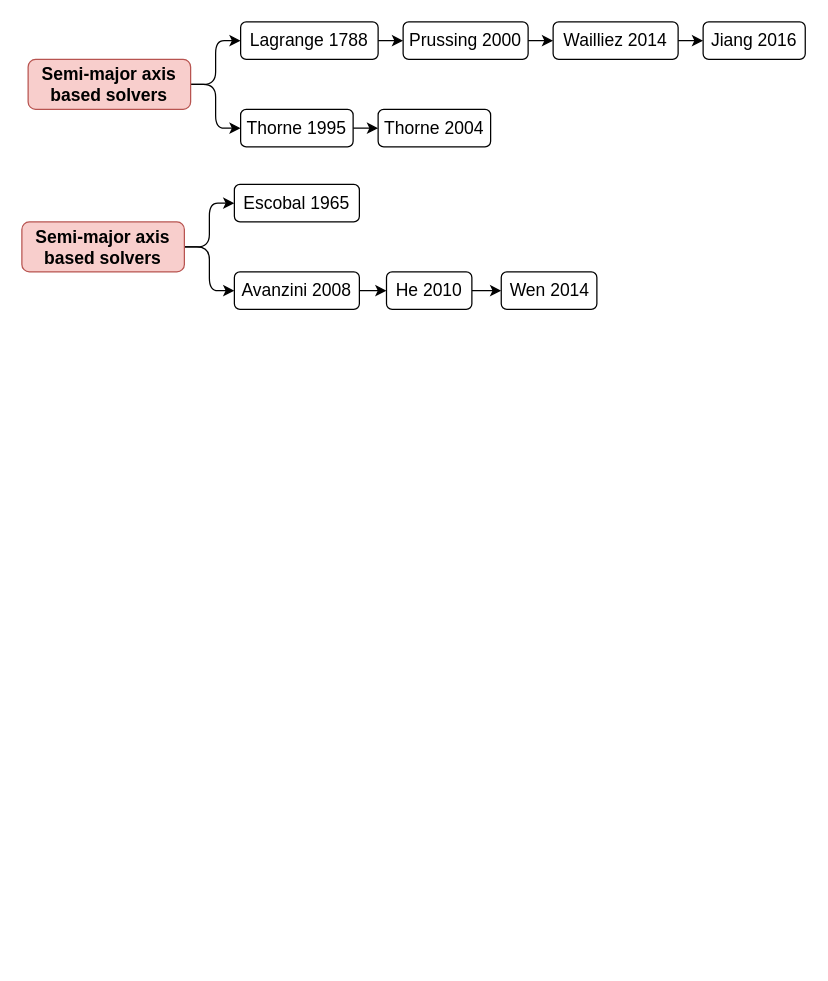
jorgepiloto/tfm keeps this draw.io diagram as page "Inheritance tree" (2 of 2) of fig/static/diagrams.drawio. Above is the earlier version. Source tidied: cells renumbered, new cells numbered last; positions are measured from the earlier drawing's top-left corner, leaving out a move shared by most shapes. Both pictures are drawn from the tidied source at 125%, with x=0, y=0 at pixel (21, 21).
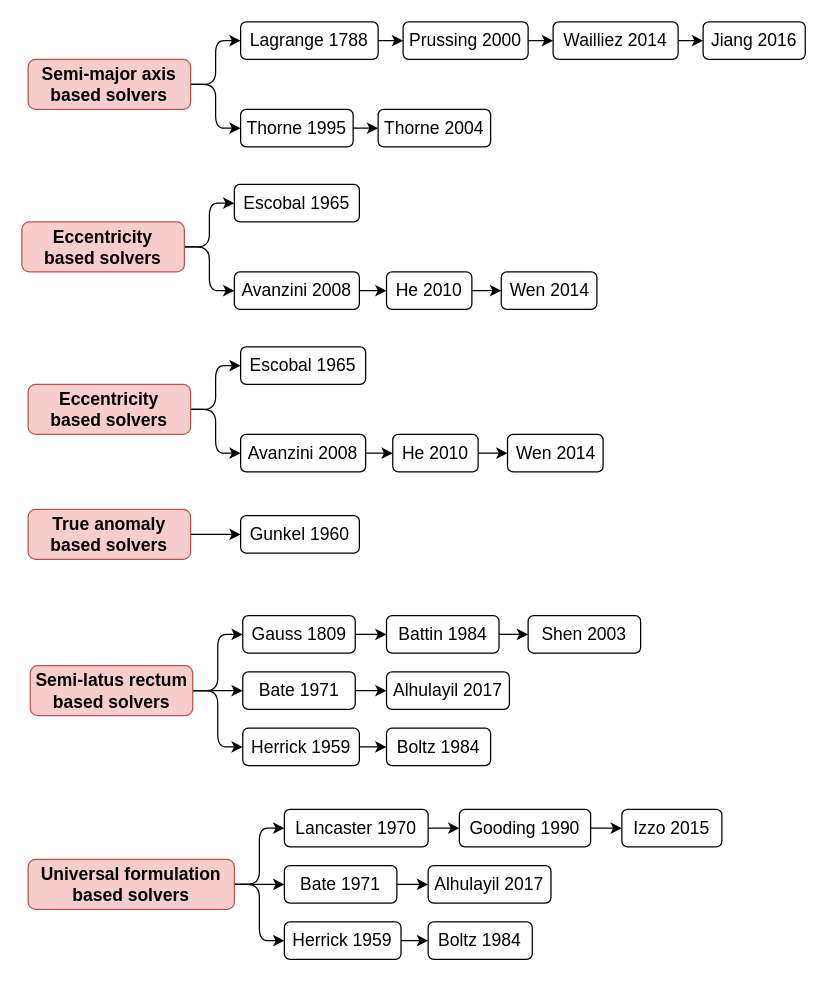
Above is the later version.

What changed in the source:
```diff
@@
-    <mxCell id="17" value="&lt;div&gt;Semi-major axis&lt;br&gt;&lt;/div&gt;&lt;div&gt;based solvers&lt;br&gt;&lt;/div&gt;" style="whiteSpace=wrap;html=1;fontSize=14;glass=0;strokeWidth=1;shadow=0;fillColor=#f8cecc;strokeColor=#b85450;fontStyle=1;rounded=1;" parent="1" vertex="1">
+    <mxCell id="17" value="&lt;div&gt;Eccentricity&lt;br&gt;&lt;/div&gt;&lt;div&gt;based solvers&lt;br&gt;&lt;/div&gt;" style="whiteSpace=wrap;html=1;fontSize=14;glass=0;strokeWidth=1;shadow=0;fillColor=#f8cecc;strokeColor=#b85450;fontStyle=1;rounded=1;" parent="1" vertex="1">
       <mxGeometry y="160" width="130" height="40" as="geometry" />
     </mxCell>
@@
+    <mxCell id="24" style="edgeStyle=orthogonalEdgeStyle;rounded=1;jettySize=auto;html=1;entryX=0;entryY=0.5;entryDx=0;entryDy=0;fontSize=14;" parent="1" edge="1" source="26" target="27">
+      <mxGeometry relative="1" as="geometry" />
+    </mxCell>
+    <mxCell id="25" style="edgeStyle=orthogonalEdgeStyle;rounded=1;jettySize=auto;html=1;entryX=0;entryY=0.5;entryDx=0;entryDy=0;fontSize=14;" parent="1" edge="1" source="26" target="29">
+      <mxGeometry relative="1" as="geometry" />
+    </mxCell>
+    <mxCell id="26" value="&lt;div&gt;Eccentricity&lt;br&gt;&lt;/div&gt;&lt;div&gt;based solvers&lt;br&gt;&lt;/div&gt;" style="whiteSpace=wrap;html=1;fontSize=14;glass=0;strokeWidth=1;shadow=0;fillColor=#f8cecc;strokeColor=#b85450;fontStyle=1;rounded=1;" parent="1" vertex="1">
+      <mxGeometry x="5" y="290" width="130" height="40" as="geometry" />
+    </mxCell>
+    <mxCell id="27" value="Escobal 1965" style="whiteSpace=wrap;html=1;fontSize=14;glass=0;strokeWidth=1;shadow=0;rounded=1;" parent="1" vertex="1">
+      <mxGeometry x="175" y="260" width="100" height="30" as="geometry" />
+    </mxCell>
+    <mxCell id="28" style="edgeStyle=orthogonalEdgeStyle;rounded=1;jettySize=auto;html=1;fontSize=14;" parent="1" edge="1" source="29" target="31">
+      <mxGeometry relative="1" as="geometry" />
+    </mxCell>
+    <mxCell id="29" value="Avanzini 2008" style="whiteSpace=wrap;html=1;fontSize=14;glass=0;strokeWidth=1;shadow=0;rounded=1;" parent="1" vertex="1">
+      <mxGeometry x="175" y="330" width="100" height="30" as="geometry" />
+    </mxCell>
+    <mxCell id="30" style="edgeStyle=orthogonalEdgeStyle;rounded=1;jettySize=auto;html=1;entryX=0;entryY=0.5;entryDx=0;entryDy=0;fontSize=14;" parent="1" edge="1" source="31" target="32">
+      <mxGeometry relative="1" as="geometry" />
+    </mxCell>
+    <mxCell id="31" value="He 2010" style="whiteSpace=wrap;html=1;fontSize=14;glass=0;strokeWidth=1;shadow=0;rounded=1;" parent="1" vertex="1">
+      <mxGeometry x="296.7" y="330" width="68.3" height="30" as="geometry" />
+    </mxCell>
+    <mxCell id="32" value="Wen 2014" style="whiteSpace=wrap;html=1;fontSize=14;glass=0;strokeWidth=1;shadow=0;rounded=1;" parent="1" vertex="1">
+      <mxGeometry x="388.5" y="330" width="76.5" height="30" as="geometry" />
+    </mxCell>
+    <mxCell id="33" style="edgeStyle=orthogonalEdgeStyle;rounded=1;jettySize=auto;html=1;entryX=0;entryY=0.5;entryDx=0;entryDy=0;fontSize=14;" parent="1" edge="1" source="34" target="35">
+      <mxGeometry relative="1" as="geometry" />
+    </mxCell>
+    <mxCell id="34" value="&lt;div&gt;True anomaly&lt;br&gt;&lt;/div&gt;&lt;div&gt;based solvers&lt;br&gt;&lt;/div&gt;" style="whiteSpace=wrap;html=1;fontSize=14;glass=0;strokeWidth=1;shadow=0;fillColor=#f8cecc;strokeColor=#b85450;fontStyle=1;rounded=1;" parent="1" vertex="1">
+      <mxGeometry x="5" y="390" width="130" height="40" as="geometry" />
+    </mxCell>
+    <mxCell id="35" value="Gunkel 1960" style="whiteSpace=wrap;html=1;fontSize=14;glass=0;strokeWidth=1;shadow=0;rounded=1;" parent="1" vertex="1">
+      <mxGeometry x="175" y="395" width="95" height="30" as="geometry" />
+    </mxCell>
+    <mxCell id="36" style="edgeStyle=orthogonalEdgeStyle;rounded=1;jettySize=auto;html=1;entryX=0;entryY=0.5;entryDx=0;entryDy=0;fontSize=14;" parent="1" edge="1" source="39" target="41">
+      <mxGeometry relative="1" as="geometry" />
+    </mxCell>
+    <mxCell id="37" style="edgeStyle=orthogonalEdgeStyle;rounded=1;jettySize=auto;html=1;entryX=0;entryY=0.5;entryDx=0;entryDy=0;fontSize=14;" parent="1" edge="1" source="39" target="43">
+      <mxGeometry relative="1" as="geometry" />
+    </mxCell>
+    <mxCell id="38" style="edgeStyle=orthogonalEdgeStyle;rounded=1;jettySize=auto;html=1;entryX=0;entryY=0.5;entryDx=0;entryDy=0;fontSize=14;" parent="1" edge="1" source="39" target="46">
+      <mxGeometry relative="1" as="geometry" />
+    </mxCell>
+    <mxCell id="39" value="&lt;div&gt;Semi-latus rectum&lt;br&gt;&lt;/div&gt;&lt;div&gt;based solvers&lt;br&gt;&lt;/div&gt;" style="whiteSpace=wrap;html=1;fontSize=14;glass=0;strokeWidth=1;shadow=0;fillColor=#f8cecc;strokeColor=#b85450;fontStyle=1;rounded=1;" parent="1" vertex="1">
+      <mxGeometry x="6.7" y="515" width="130" height="40" as="geometry" />
+    </mxCell>
+    <mxCell id="40" style="edgeStyle=orthogonalEdgeStyle;rounded=1;jettySize=auto;html=1;fontSize=14;" parent="1" edge="1" source="41" target="50">
+      <mxGeometry relative="1" as="geometry" />
+    </mxCell>
+    <mxCell id="41" value="Bate 1971" style="whiteSpace=wrap;html=1;fontSize=14;glass=0;strokeWidth=1;shadow=0;rounded=1;" parent="1" vertex="1">
+      <mxGeometry x="176.7" y="520" width="90" height="30" as="geometry" />
+    </mxCell>
+    <mxCell id="42" style="edgeStyle=orthogonalEdgeStyle;rounded=1;jettySize=auto;html=1;fontSize=14;" parent="1" edge="1" source="43" target="44">
+      <mxGeometry relative="1" as="geometry" />
+    </mxCell>
+    <mxCell id="43" value="Herrick 1959" style="whiteSpace=wrap;html=1;fontSize=14;glass=0;strokeWidth=1;shadow=0;rounded=1;" parent="1" vertex="1">
+      <mxGeometry x="176.7" y="565" width="93.3" height="30" as="geometry" />
+    </mxCell>
+    <mxCell id="44" value="Boltz 1984" style="whiteSpace=wrap;html=1;fontSize=14;glass=0;strokeWidth=1;shadow=0;rounded=1;" parent="1" vertex="1">
+      <mxGeometry x="291.7" y="565" width="83.3" height="30" as="geometry" />
+    </mxCell>
+    <mxCell id="45" style="edgeStyle=orthogonalEdgeStyle;rounded=1;jettySize=auto;html=1;entryX=0;entryY=0.5;entryDx=0;entryDy=0;fontSize=14;" parent="1" edge="1" source="46" target="48">
+      <mxGeometry relative="1" as="geometry" />
+    </mxCell>
+    <mxCell id="46" value="Gauss 1809" style="whiteSpace=wrap;html=1;fontSize=14;glass=0;strokeWidth=1;shadow=0;rounded=1;" parent="1" vertex="1">
+      <mxGeometry x="176.7" y="475" width="90" height="30" as="geometry" />
+    </mxCell>
+    <mxCell id="47" style="edgeStyle=orthogonalEdgeStyle;rounded=1;jettySize=auto;html=1;fontSize=14;" parent="1" edge="1" source="48" target="49">
+      <mxGeometry relative="1" as="geometry" />
+    </mxCell>
+    <mxCell id="48" value="Battin 1984" style="whiteSpace=wrap;html=1;fontSize=14;glass=0;strokeWidth=1;shadow=0;rounded=1;" parent="1" vertex="1">
+      <mxGeometry x="291.7" y="475" width="90" height="30" as="geometry" />
+    </mxCell>
+    <mxCell id="49" value="Shen 2003" style="whiteSpace=wrap;html=1;fontSize=14;glass=0;strokeWidth=1;shadow=0;rounded=1;" parent="1" vertex="1">
+      <mxGeometry x="405" y="475" width="90" height="30" as="geometry" />
+    </mxCell>
+    <mxCell id="50" value="Alhulayil 2017" style="whiteSpace=wrap;html=1;fontSize=14;glass=0;strokeWidth=1;shadow=0;rounded=1;" parent="1" vertex="1">
+      <mxGeometry x="291.7" y="520" width="98.3" height="30" as="geometry" />
+    </mxCell>
+    <mxCell id="51" style="edgeStyle=orthogonalEdgeStyle;rounded=1;jettySize=auto;html=1;entryX=0;entryY=0.5;entryDx=0;entryDy=0;fontSize=14;" parent="1" edge="1" source="54" target="56">
+      <mxGeometry relative="1" as="geometry" />
+    </mxCell>
+    <mxCell id="52" style="edgeStyle=orthogonalEdgeStyle;rounded=1;jettySize=auto;html=1;entryX=0;entryY=0.5;entryDx=0;entryDy=0;fontSize=14;" parent="1" edge="1" source="54" target="58">
+      <mxGeometry relative="1" as="geometry" />
+    </mxCell>
+    <mxCell id="53" style="edgeStyle=orthogonalEdgeStyle;rounded=1;jettySize=auto;html=1;entryX=0;entryY=0.5;entryDx=0;entryDy=0;fontSize=14;" parent="1" edge="1" source="54" target="61">
+      <mxGeometry relative="1" as="geometry" />
+    </mxCell>
+    <mxCell id="54" value="&lt;div&gt;Universal formulation&lt;br&gt;&lt;/div&gt;&lt;div&gt;based solvers&lt;br&gt;&lt;/div&gt;" style="whiteSpace=wrap;html=1;fontSize=14;glass=0;strokeWidth=1;shadow=0;fillColor=#f8cecc;strokeColor=#b85450;fontStyle=1;rounded=1;" parent="1" vertex="1">
+      <mxGeometry x="5" y="670" width="165" height="40" as="geometry" />
+    </mxCell>
+    <mxCell id="55" style="edgeStyle=orthogonalEdgeStyle;rounded=1;jettySize=auto;html=1;fontSize=14;" parent="1" edge="1" source="56" target="65">
+      <mxGeometry relative="1" as="geometry" />
+    </mxCell>
+    <mxCell id="56" value="Bate 1971" style="whiteSpace=wrap;html=1;fontSize=14;glass=0;strokeWidth=1;shadow=0;rounded=1;" parent="1" vertex="1">
+      <mxGeometry x="210" y="675" width="90" height="30" as="geometry" />
+    </mxCell>
+    <mxCell id="57" style="edgeStyle=orthogonalEdgeStyle;rounded=1;jettySize=auto;html=1;fontSize=14;" parent="1" edge="1" source="58" target="59">
+      <mxGeometry relative="1" as="geometry" />
+    </mxCell>
+    <mxCell id="58" value="Herrick 1959" style="whiteSpace=wrap;html=1;fontSize=14;glass=0;strokeWidth=1;shadow=0;rounded=1;" parent="1" vertex="1">
+      <mxGeometry x="210" y="720" width="93.3" height="30" as="geometry" />
+    </mxCell>
+    <mxCell id="59" value="Boltz 1984" style="whiteSpace=wrap;html=1;fontSize=14;glass=0;strokeWidth=1;shadow=0;rounded=1;" parent="1" vertex="1">
+      <mxGeometry x="325" y="720" width="83.3" height="30" as="geometry" />
+    </mxCell>
+    <mxCell id="60" style="edgeStyle=orthogonalEdgeStyle;rounded=1;jettySize=auto;html=1;entryX=0;entryY=0.5;entryDx=0;entryDy=0;fontSize=14;" parent="1" edge="1" source="61" target="63">
+      <mxGeometry relative="1" as="geometry" />
+    </mxCell>
+    <mxCell id="61" value="Lancaster 1970" style="whiteSpace=wrap;html=1;fontSize=14;glass=0;strokeWidth=1;shadow=0;rounded=1;" parent="1" vertex="1">
+      <mxGeometry x="210" y="630" width="115" height="30" as="geometry" />
+    </mxCell>
+    <mxCell id="62" style="edgeStyle=orthogonalEdgeStyle;rounded=1;jettySize=auto;html=1;fontSize=14;" parent="1" edge="1" source="63" target="64">
+      <mxGeometry relative="1" as="geometry" />
+    </mxCell>
+    <mxCell id="63" value="Gooding 1990" style="whiteSpace=wrap;html=1;fontSize=14;glass=0;strokeWidth=1;shadow=0;rounded=1;" parent="1" vertex="1">
+      <mxGeometry x="350" y="630" width="105" height="30" as="geometry" />
+    </mxCell>
+    <mxCell id="64" value="Izzo 2015" style="whiteSpace=wrap;html=1;fontSize=14;glass=0;strokeWidth=1;shadow=0;rounded=1;" parent="1" vertex="1">
+      <mxGeometry x="480" y="630" width="80" height="30" as="geometry" />
+    </mxCell>
+    <mxCell id="65" value="Alhulayil 2017" style="whiteSpace=wrap;html=1;fontSize=14;glass=0;strokeWidth=1;shadow=0;rounded=1;" parent="1" vertex="1">
+      <mxGeometry x="325" y="675" width="98.3" height="30" as="geometry" />
+    </mxCell>
```
